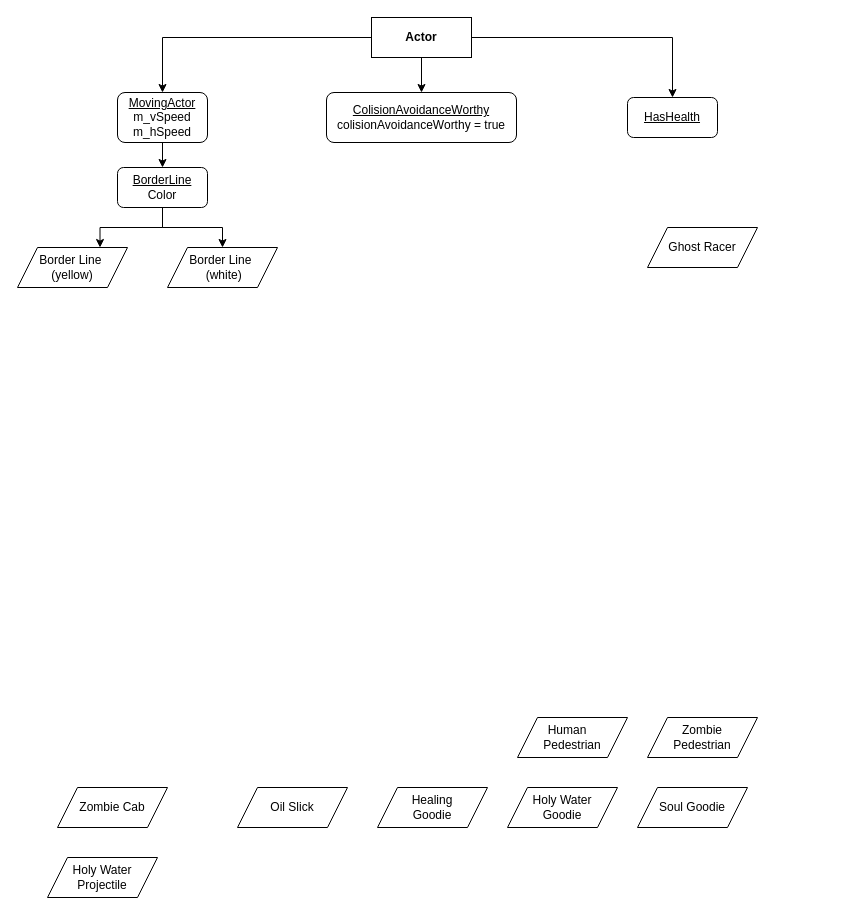
Above: Project3/ClassDiagram.drawio in UCLA-Cobular/CS32-Projects (draw.io), before the change. Source tidied: cells renumbered, new cells numbered last; positions are measured from the earlier drawing's top-left corner, leaving out a move shared by most shapes. Both pictures are drawn from the tidied source at 100%, with x=0, y=0 at pixel (17, 17).
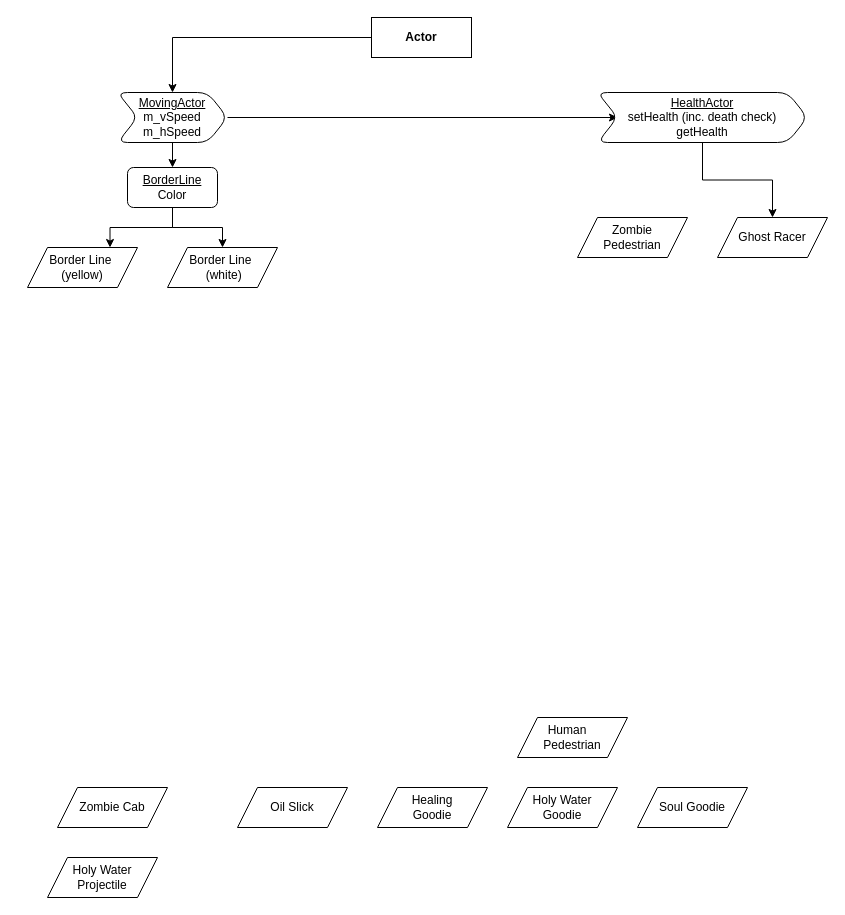
After the change.

Unchanged cells that the change refers to:
```xml
<mxCell id="5" value="&lt;b&gt;Actor&lt;/b&gt;" style="rounded=0;whiteSpace=wrap;html=1;" parent="1" vertex="1">
  <mxGeometry x="354" width="100" height="40" as="geometry" />
</mxCell>
```

What changed in the source:
```diff
@@
-    <mxCell id="2" style="edgeStyle=orthogonalEdgeStyle;rounded=0;jettySize=auto;html=1;" parent="1" edge="1" source="5" target="17">
-      <mxGeometry relative="1" as="geometry" />
-    </mxCell>
@@
-    <mxCell id="4" style="edgeStyle=orthogonalEdgeStyle;rounded=0;jettySize=auto;html=1;" parent="1" edge="1" source="5" target="23">
-      <mxGeometry relative="1" as="geometry" />
-    </mxCell>
@@
     <mxCell id="6" value="Ghost Racer" style="shape=parallelogram;perimeter=parallelogramPerimeter;whiteSpace=wrap;html=1;fixedSize=1;" parent="1" vertex="1">
-      <mxGeometry x="630" y="210" width="110" height="40" as="geometry" />
+      <mxGeometry x="700" y="200" width="110" height="40" as="geometry" />
     </mxCell>
     <mxCell id="7" value="Border Line&amp;nbsp; (yellow)" style="shape=parallelogram;perimeter=parallelogramPerimeter;whiteSpace=wrap;html=1;fixedSize=1;" parent="1" vertex="1">
-      <mxGeometry y="230" width="110" height="40" as="geometry" />
+      <mxGeometry x="10" y="230" width="110" height="40" as="geometry" />
     </mxCell>
@@
     <mxCell id="16" value="Zombie &lt;br&gt;Pedestrian" style="shape=parallelogram;perimeter=parallelogramPerimeter;whiteSpace=wrap;html=1;fixedSize=1;" parent="1" vertex="1">
-      <mxGeometry x="630" y="700" width="110" height="40" as="geometry" />
+      <mxGeometry x="560" y="200" width="110" height="40" as="geometry" />
     </mxCell>
-    <mxCell id="17" value="&lt;u&gt;HasHealth&lt;/u&gt;" style="rounded=1;whiteSpace=wrap;html=1;" parent="1" vertex="1">
-      <mxGeometry x="610" y="80" width="90" height="40" as="geometry" />
-    </mxCell>
@@
     <mxCell id="20" value="&lt;u&gt;BorderLine&lt;/u&gt;&lt;br&gt;Color" style="rounded=1;whiteSpace=wrap;html=1;" parent="1" vertex="1">
-      <mxGeometry x="100" y="150" width="90" height="40" as="geometry" />
+      <mxGeometry x="110" y="150" width="90" height="40" as="geometry" />
     </mxCell>
@@
+    <mxCell id="24" style="edgeStyle=orthogonalEdgeStyle;rounded=0;jettySize=auto;html=1;" parent="1" edge="1" source="22" target="26">
+      <mxGeometry relative="1" as="geometry" />
+    </mxCell>
-    <mxCell id="22" value="&lt;u&gt;MovingActor&lt;/u&gt;&lt;br&gt;m_vSpeed&lt;br&gt;m_hSpeed" style="rounded=1;whiteSpace=wrap;html=1;" parent="1" vertex="1">
-      <mxGeometry x="100" y="75" width="90" height="50" as="geometry" />
+    <mxCell id="22" value="&lt;u&gt;MovingActor&lt;/u&gt;&lt;br&gt;m_vSpeed&lt;br&gt;m_hSpeed" style="shape=step;perimeter=stepPerimeter;whiteSpace=wrap;html=1;fixedSize=1;rounded=1;glass=0;" parent="1" vertex="1">
+      <mxGeometry x="100" y="75" width="110" height="50" as="geometry" />
     </mxCell>
-    <mxCell id="23" value="&lt;u&gt;ColisionAvoidanceWorthy&lt;br&gt;&lt;/u&gt;colisionAvoidanceWorthy = true" style="rounded=1;whiteSpace=wrap;html=1;" parent="1" vertex="1">
-      <mxGeometry x="309" y="75" width="190" height="50" as="geometry" />
-    </mxCell>
+    <mxCell id="25" style="edgeStyle=orthogonalEdgeStyle;rounded=0;jettySize=auto;html=1;entryX=0.5;entryY=0;entryDx=0;entryDy=0;" parent="1" edge="1" source="26" target="6">
+      <mxGeometry relative="1" as="geometry" />
+    </mxCell>
+    <mxCell id="26" value="&lt;u&gt;HealthActor&lt;/u&gt;&lt;br&gt;setHealth (inc. death check)&lt;br&gt;getHealth" style="shape=step;perimeter=stepPerimeter;whiteSpace=wrap;html=1;fixedSize=1;rounded=1;glass=0;" parent="1" vertex="1">
+      <mxGeometry x="580" y="75" width="210" height="50" as="geometry" />
+    </mxCell>
```
